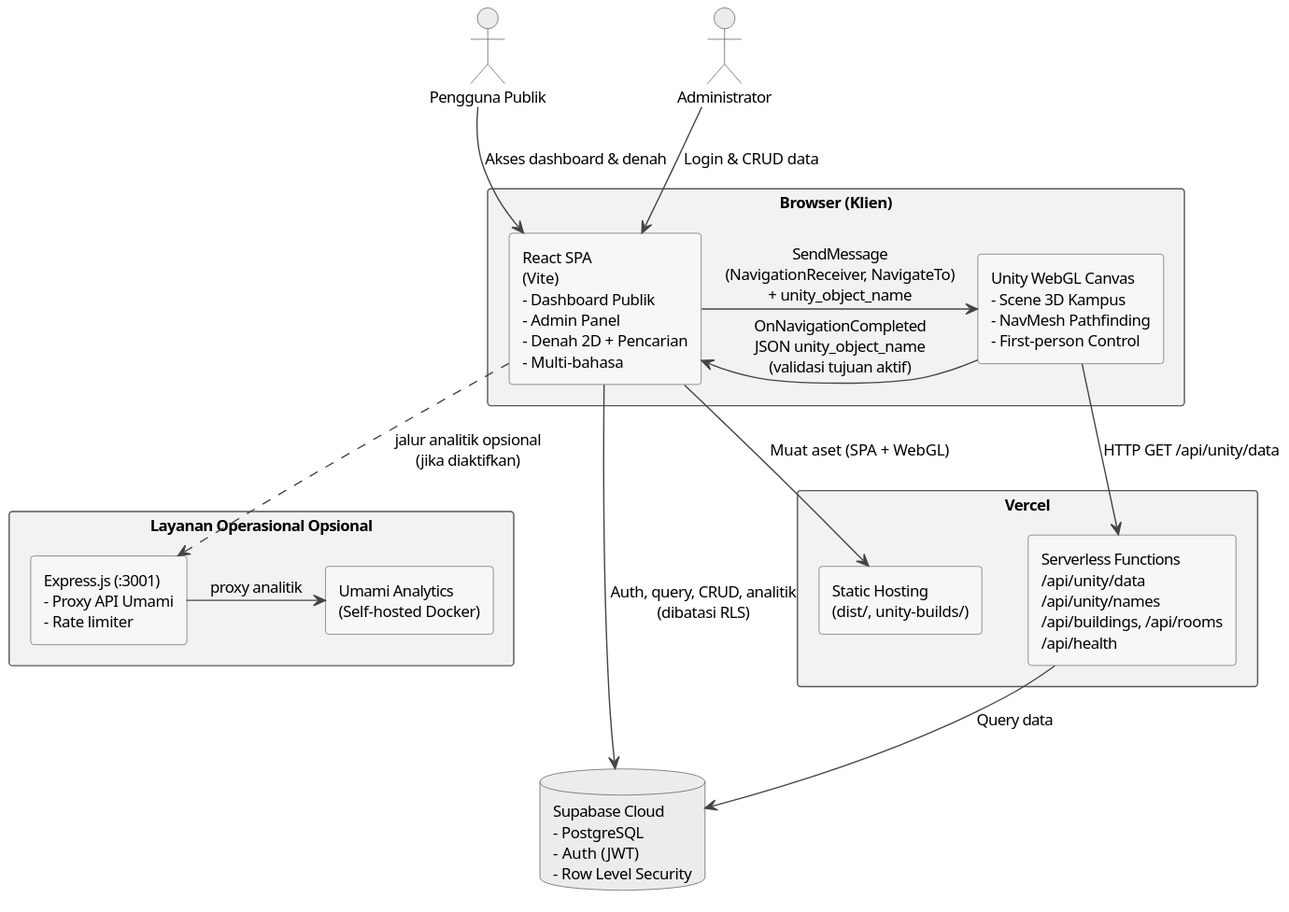
This is diagrams/gambar-2-09-arsitektur-sistem.svg from Jokskuyy/workflow-ta-proyek, a PlantUML export, as it was before one commit.
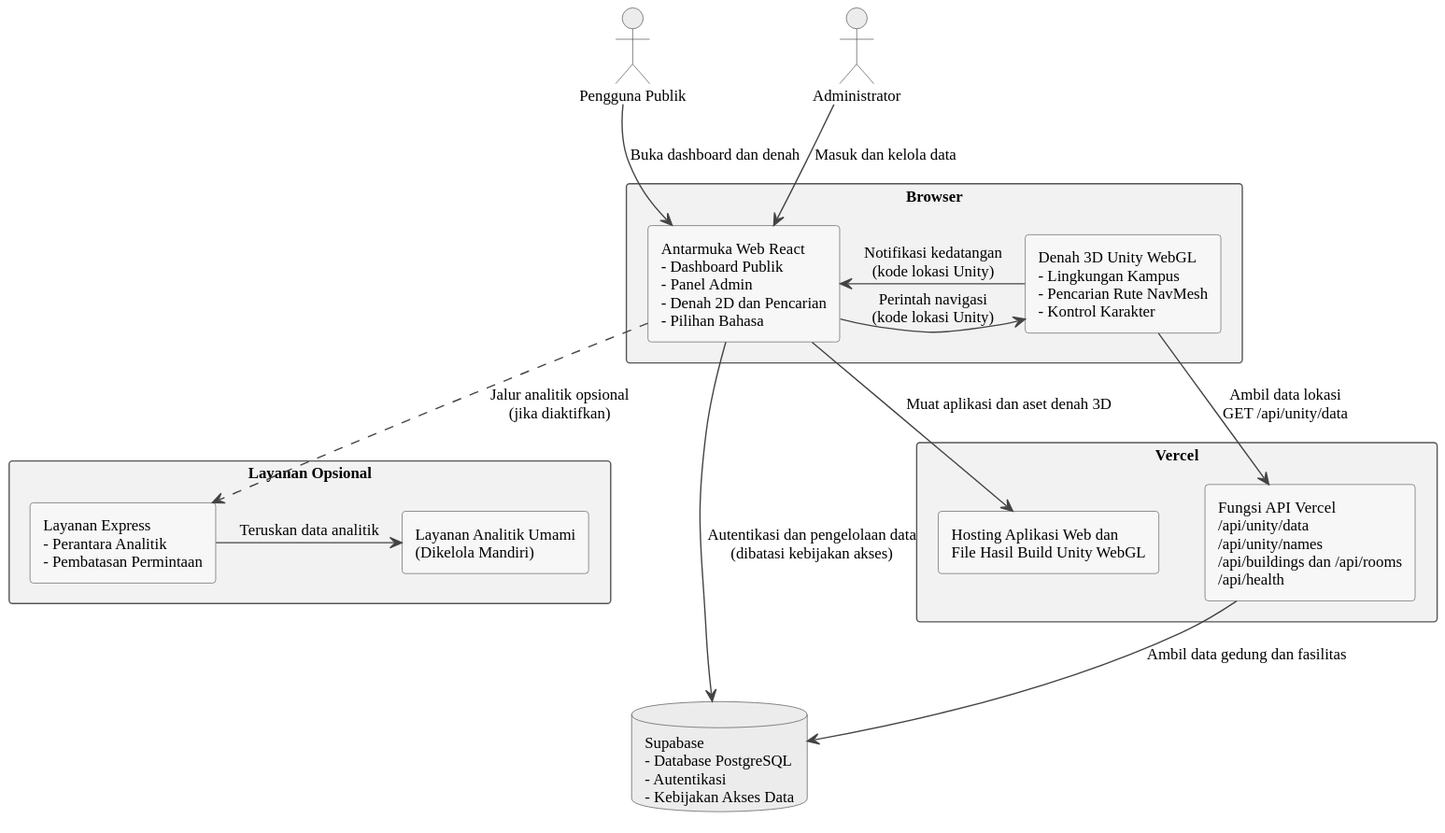
After the commit.

What changed in the source:
```diff
@@ -2,7 +2,7 @@
 
 skinparam backgroundColor #FFFFFF
 skinparam shadowing false
-skinparam defaultFontName "Segoe UI"
+skinparam defaultFontName "Times New Roman"
 skinparam defaultFontSize 12
 skinparam ArrowColor #444444
 skinparam componentStyle rectangle
@@ -27,35 +27,35 @@
 actor "Pengguna Publik" as User
 actor "Administrator" as Admin
 
-rectangle "Browser (Klien)" as Browser {
-  component "React SPA\n(Vite)\n- Dashboard Publik\n- Admin Panel\n- Denah 2D + Pencarian\n- Multi-bahasa" as React
-  component "Unity WebGL Canvas\n- Scene 3D Kampus\n- NavMesh Pathfinding\n- First-person Control" as UnityCanvas
-  React -right-> UnityCanvas : SendMessage\n(NavigationReceiver, NavigateTo)\n+ unity_object_name
-  UnityCanvas -left-> React : OnNavigationCompleted\nJSON unity_object_name\n(validasi tujuan aktif)
+rectangle "Browser" as Browser {
+  component "Antarmuka Web React\n- Dashboard Publik\n- Panel Admin\n- Denah 2D dan Pencarian\n- Pilihan Bahasa" as React
+  component "Denah 3D Unity WebGL\n- Lingkungan Kampus\n- Pencarian Rute NavMesh\n- Kontrol Karakter" as UnityCanvas
+  React -right-> UnityCanvas : Perintah navigasi\n(kode lokasi Unity)
+  UnityCanvas -left-> React : Notifikasi kedatangan\n(kode lokasi Unity)
 }
 
 rectangle "Vercel" as Vercel {
-  component "Static Hosting\n(dist/, unity-builds/)" as Static
-  component "Serverless Functions\n/api/unity/data\n/api/unity/names\n/api/buildings, /api/rooms\n/api/health" as Serverless
+  component "Hosting Aplikasi Web dan\nFile Hasil Build Unity WebGL" as Static
+  component "Fungsi API Vercel\n/api/unity/data\n/api/unity/names\n/api/buildings dan /api/rooms\n/api/health" as Serverless
 }
 
-rectangle "Layanan Operasional Opsional" as OptionalServices {
-  component "Express.js (:3001)\n- Proxy API Umami\n- Rate limiter" as Express
-  component "Umami Analytics\n(Self-hosted Docker)" as Umami
-  Express -right-> Umami : proxy analitik
+rectangle "Layanan Opsional" as OptionalServices {
+  component "Layanan Express\n- Perantara Analitik\n- Pembatasan Permintaan" as Express
+  component "Layanan Analitik Umami\n(Dikelola Mandiri)" as Umami
+  Express -right-> Umami : Teruskan data analitik
 }
 
-database "Supabase Cloud\n- PostgreSQL\n- Auth (JWT)\n- Row Level Security" as Supabase
+database "Supabase\n- Database PostgreSQL\n- Autentikasi\n- Kebijakan Akses Data" as Supabase
 
-User --> React : Akses dashboard & denah
-Admin --> React : Login & CRUD data
+User --> React : Buka dashboard dan denah
+Admin --> React : Masuk dan kelola data
 
-React --> Static : Muat aset (SPA + WebGL)
-React --> Supabase : Auth, query, CRUD, analitik\n(dibatasi RLS)
+React --> Static : Muat aplikasi dan aset denah 3D
+React --> Supabase : Autentikasi dan pengelolaan data\n(dibatasi kebijakan akses)
 
-UnityCanvas --> Serverless : HTTP GET /api/unity/data
+UnityCanvas --> Serverless : Ambil data lokasi\nGET /api/unity/data
 
-Serverless --> Supabase : Query data
+Serverless --> Supabase : Ambil data gedung dan fasilitas
 
-React ..> Express : jalur analitik opsional\n(jika diaktifkan)
+React ..> Express : Jalur analitik opsional\n(jika diaktifkan)
 @enduml
```
